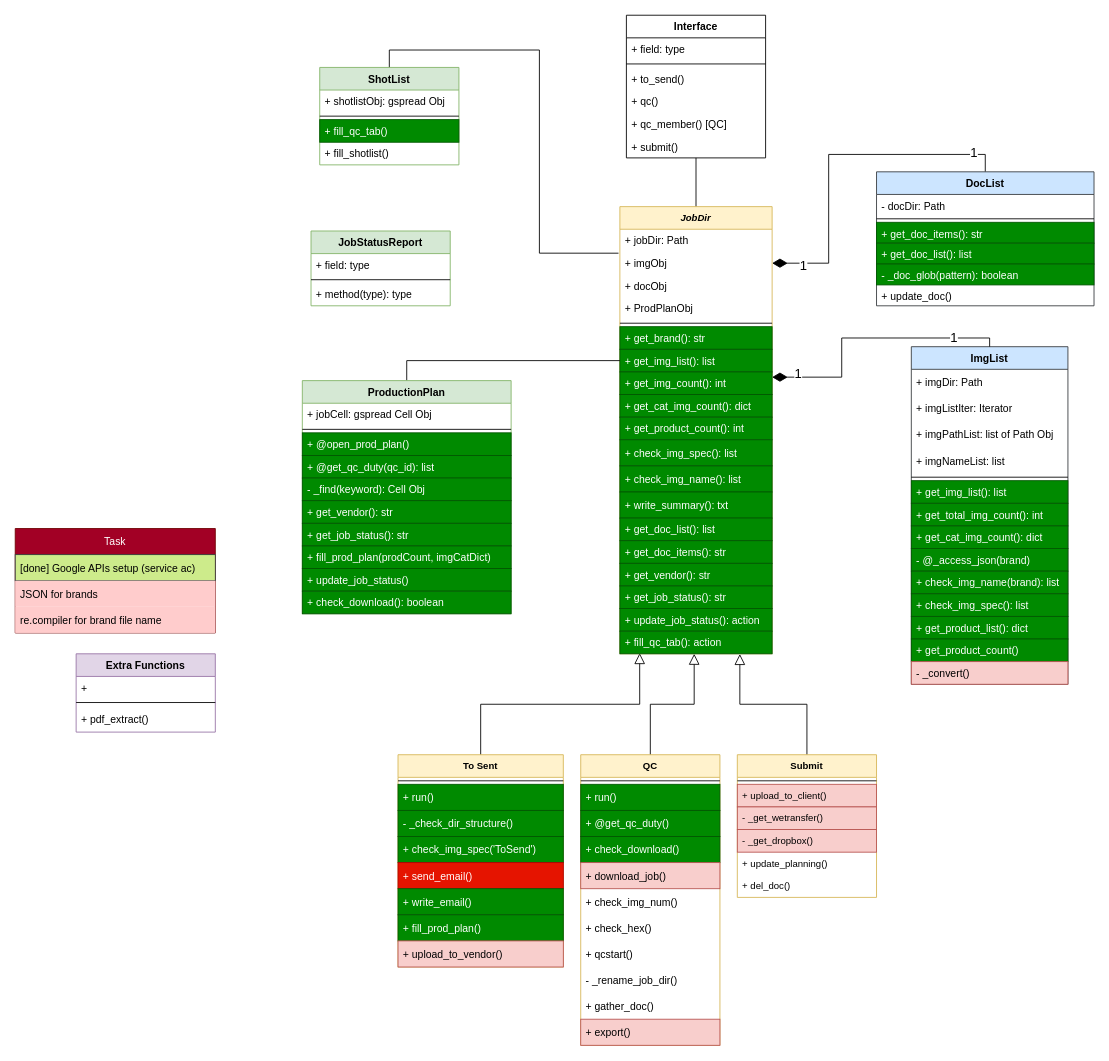
Earlier version of the draw.io diagram page "Class Diagram" (1 of 2) of IHS Class Diagram.drawio (pugtooone/pyhs). Source tidied: cells renumbered, new cells numbered last; positions are measured from the earlier drawing's top-left corner, leaving out a move shared by most shapes. Both pictures are drawn from the tidied source at 87%, with x=0, y=0 at pixel (15, 15).
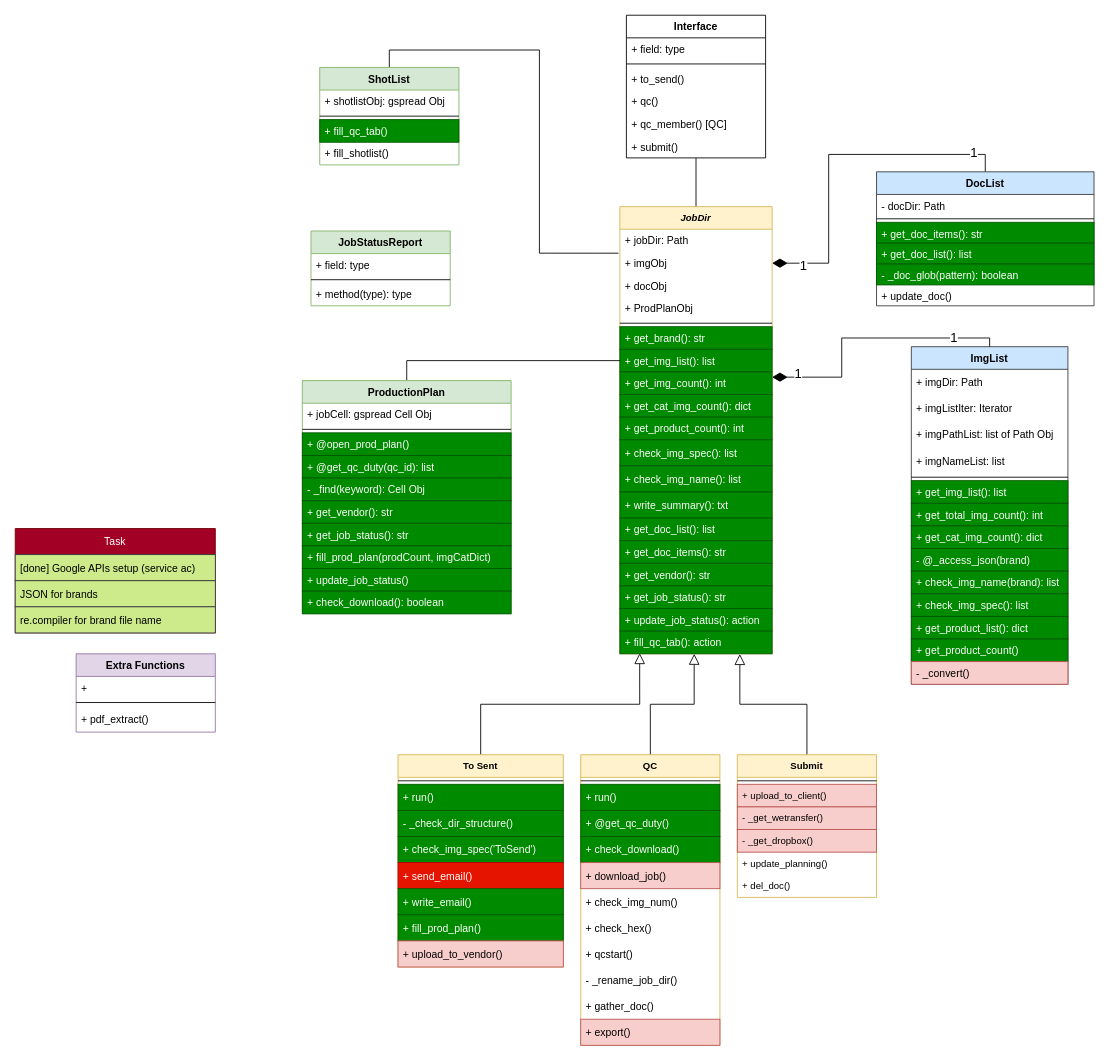
The same diagram, later.

The change refers to these unchanged cells:
```xml
<mxCell id="111" value="Task" style="swimlane;fontStyle=0;horizontal=1;startSize=30;fillColor=#a20025;fontColor=#ffffff;strokeColor=#6F0000;" parent="1" vertex="1">
  <mxGeometry y="590" width="230" height="120" as="geometry" />
</mxCell>
```

The edit, as a diff of the source:
```diff
@@
-    <mxCell id="113" value="JSON for brands" style="text;strokeColor=none;fillColor=#FFCCCC;align=left;verticalAlign=middle;spacingLeft=4;spacingRight=4;overflow=hidden;" parent="111" vertex="1">
+    <mxCell id="113" value="JSON for brands" style="text;strokeColor=#36393d;fillColor=#cdeb8b;align=left;verticalAlign=middle;spacingLeft=4;spacingRight=4;overflow=hidden;" parent="111" vertex="1">
       <mxGeometry y="60" width="230" height="30" as="geometry" />
     </mxCell>
-    <mxCell id="114" value="re.compiler for brand file name" style="text;strokeColor=none;fillColor=#FFCCCC;align=left;verticalAlign=middle;spacingLeft=4;spacingRight=4;overflow=hidden;" parent="111" vertex="1">
+    <mxCell id="114" value="re.compiler for brand file name" style="text;strokeColor=#36393d;fillColor=#cdeb8b;align=left;verticalAlign=middle;spacingLeft=4;spacingRight=4;overflow=hidden;" parent="111" vertex="1">
       <mxGeometry y="90" width="230" height="30" as="geometry" />
     </mxCell>
```
